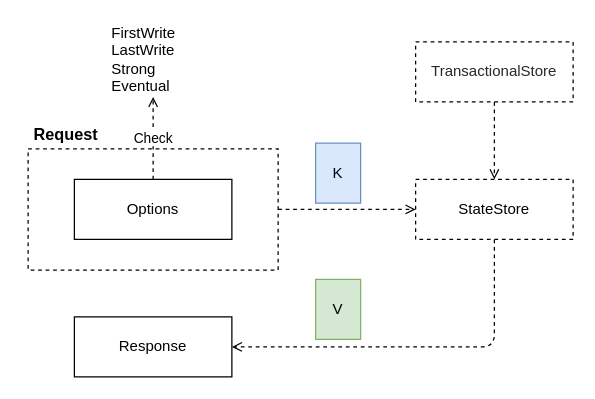
The draw.io diagram page "StateStore" (11 of 12) of 2020/dapr/dapr.drawio in abserari/draw.io, before the edit. Source tidied: cells renumbered, new cells numbered last; positions are measured from the earlier drawing's top-left corner, leaving out a move shared by most shapes. Both pictures are drawn from the tidied source at 125%, with x=0, y=0 at pixel (21, 21).
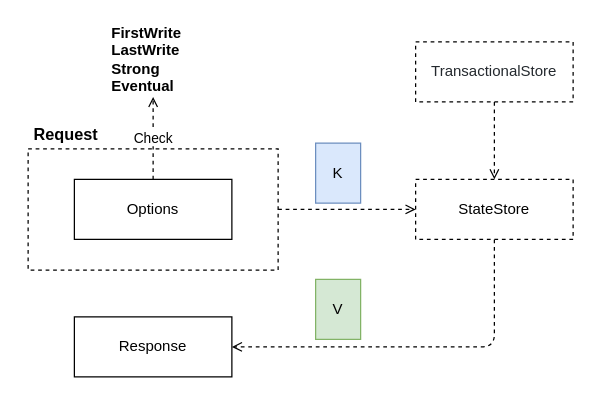
Above is the later version.

The edit, as a diff of the source:
```diff
@@
 <mxGraphModel>
   <root>
     <mxCell id="0" />
     <mxCell id="1" parent="0" />
     <mxCell id="2" style="edgeStyle=orthogonalEdgeStyle;curved=0;rounded=1;sketch=0;jettySize=auto;html=1;exitX=0.5;exitY=1;exitDx=0;exitDy=0;dashed=1;endArrow=open;endFill=0;entryX=1;entryY=0.5;entryDx=0;entryDy=0;" parent="1" edge="1" source="3" target="13">
       <mxGeometry relative="1" as="geometry" />
     </mxCell>
     <mxCell id="3" value="StateStore" style="rounded=0;whiteSpace=wrap;html=1;sketch=0;dashed=1;" parent="1" vertex="1">
       <mxGeometry x="315" y="126" width="126" height="48" as="geometry" />
     </mxCell>
     <mxCell id="4" style="edgeStyle=orthogonalEdgeStyle;rounded=1;sketch=0;jettySize=auto;html=1;exitX=0.5;exitY=1;exitDx=0;exitDy=0;entryX=0.5;entryY=0;entryDx=0;entryDy=0;dashed=1;endArrow=open;endFill=0;fontSize=13;" parent="1" edge="1" source="5" target="3">
       <mxGeometry relative="1" as="geometry" />
     </mxCell>
     <mxCell id="5" value="&lt;span class=&quot;pl-smi&quot; style=&quot;box-sizing: border-box ; color: rgb(36 , 41 , 46) ; font-family: , &amp;#34;consolas&amp;#34; , &amp;#34;liberation mono&amp;#34; , &amp;#34;menlo&amp;#34; , monospace ; background-color: rgb(255 , 255 , 255)&quot;&gt;&lt;span style=&quot;box-sizing: border-box&quot;&gt;TransactionalStore&lt;/span&gt;&lt;/span&gt;&lt;span style=&quot;box-sizing: border-box ; color: rgb(36 , 41 , 46) ; font-family: , &amp;#34;consolas&amp;#34; , &amp;#34;liberation mono&amp;#34; , &amp;#34;menlo&amp;#34; , monospace ; background-color: rgb(255 , 255 , 255)&quot;&gt; &lt;/span&gt;" style="rounded=0;whiteSpace=wrap;html=1;sketch=0;dashed=1;" parent="1" vertex="1">
       <mxGeometry x="315" y="16" width="126" height="48" as="geometry" />
     </mxCell>
     <mxCell id="6" style="edgeStyle=orthogonalEdgeStyle;curved=0;rounded=1;sketch=0;jettySize=auto;html=1;exitX=1;exitY=0.5;exitDx=0;exitDy=0;entryX=0;entryY=0.5;entryDx=0;entryDy=0;dashed=1;endArrow=open;endFill=0;" parent="1" edge="1" source="7" target="3">
       <mxGeometry relative="1" as="geometry" />
     </mxCell>
     <mxCell id="7" style="rounded=0;whiteSpace=wrap;html=1;sketch=0;fillColor=none;dashed=1;" parent="1" vertex="1">
       <mxGeometry x="5" y="101.5" width="200" height="97" as="geometry" />
     </mxCell>
     <mxCell id="8" value="&lt;font color=&quot;#000000&quot;&gt;&lt;b&gt;Request&lt;/b&gt;&lt;/font&gt;" style="text;html=1;align=center;verticalAlign=middle;fontSize=13;" parent="1" vertex="1">
       <mxGeometry y="80" width="70" height="20" as="geometry" />
     </mxCell>
     <mxCell id="9" value="Check" style="edgeStyle=orthogonalEdgeStyle;curved=0;rounded=1;sketch=0;jettySize=auto;html=1;exitX=0.5;exitY=0;exitDx=0;exitDy=0;dashed=1;endArrow=open;endFill=0;" parent="1" edge="1" source="10" target="11">
       <mxGeometry relative="1" as="geometry" />
     </mxCell>
     <mxCell id="10" value="Options" style="rounded=0;whiteSpace=wrap;html=1;sketch=0;" parent="1" vertex="1">
       <mxGeometry x="42" y="126" width="126" height="48" as="geometry" />
     </mxCell>
-    <mxCell id="11" value="FirstWrite&lt;br&gt;LastWrite&lt;br&gt;Strong&lt;br&gt;Eventual" style="text;html=1;align=left;verticalAlign=middle;points=[];" parent="1" vertex="1">
+    <mxCell id="11" value="&lt;b&gt;FirstWrite&lt;br&gt;LastWrite&lt;br&gt;Strong&lt;br&gt;Eventual&lt;/b&gt;" style="text;html=1;align=left;verticalAlign=middle;points=[];" parent="1" vertex="1">
       <mxGeometry x="70" width="70" height="60" as="geometry" />
     </mxCell>
     <mxCell id="12" value="K" style="rounded=0;whiteSpace=wrap;html=1;sketch=0;fillColor=#dae8fc;strokeColor=#6c8ebf;" parent="1" vertex="1">
       <mxGeometry x="235" y="97" width="36" height="48" as="geometry" />
     </mxCell>
     <mxCell id="13" value="Response" style="rounded=0;whiteSpace=wrap;html=1;sketch=0;" parent="1" vertex="1">
       <mxGeometry x="42" y="236" width="126" height="48" as="geometry" />
     </mxCell>
     <mxCell id="14" value="V" style="rounded=0;whiteSpace=wrap;html=1;sketch=0;fillColor=#d5e8d4;strokeColor=#82b366;" parent="1" vertex="1">
       <mxGeometry x="235" y="206" width="36" height="48" as="geometry" />
     </mxCell>
   </root>
 </mxGraphModel>
```
